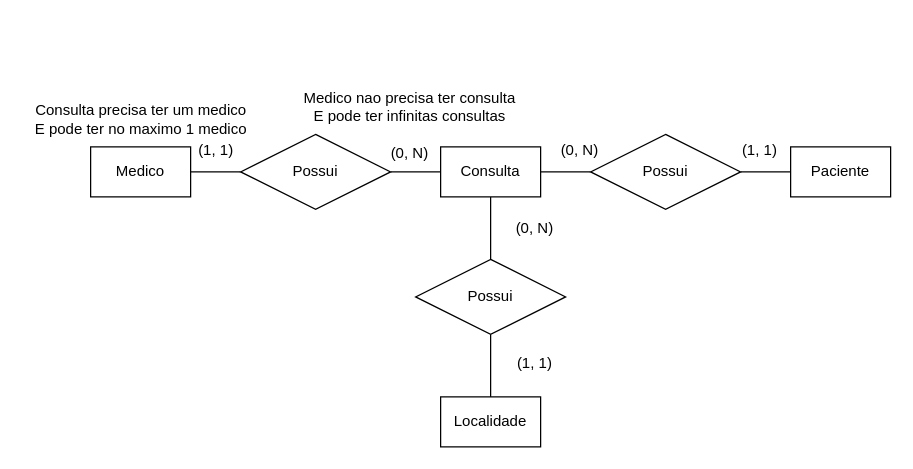
This is page "Modelo Conceitual" (1 of 3) of Banco de Dados/ClinicaMedica.drawio from DanielOLWard/Clinica-medica, a draw.io file, before an edit. Source tidied: cells renumbered, new cells numbered last; positions are measured from the earlier drawing's top-left corner, leaving out a move shared by most shapes. Both pictures are drawn from the tidied source at 125%, with x=0, y=0 at pixel (21, 81).
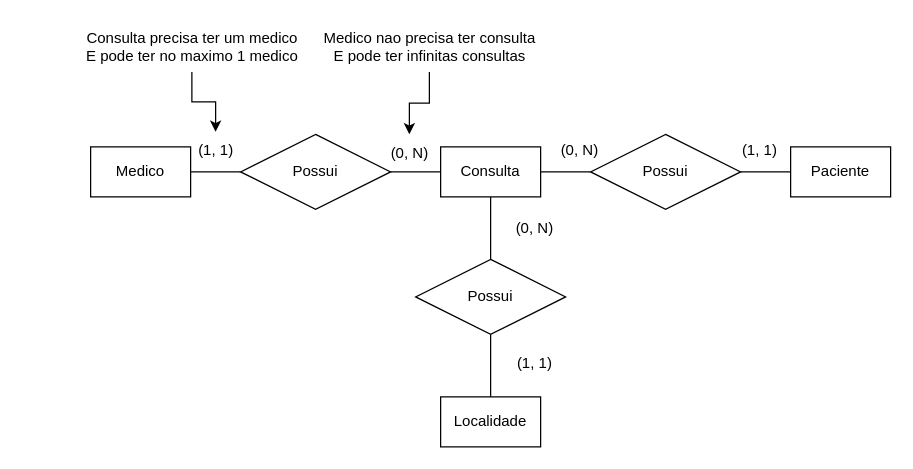
The same page after the edit.

Unchanged cells that the change refers to:
```xml
<mxCell id="16" value="(1, 1)" style="text;html=1;align=center;verticalAlign=middle;points=[];strokeColor=none;fillColor=none;" parent="1" vertex="1">
  <mxGeometry x="130" y="40" width="50" height="30" as="geometry" />
</mxCell>
<mxCell id="17" value="(0, N)" style="text;html=1;align=center;verticalAlign=middle;points=[];strokeColor=none;fillColor=none;" parent="1" vertex="1">
  <mxGeometry x="285" y="42" width="50" height="30" as="geometry" />
</mxCell>
```

The edit, as a diff of the source:
```diff
@@
+    <mxCell id="24" style="edgeStyle=orthogonalEdgeStyle;rounded=0;jettySize=auto;html=1;" parent="1" edge="1" source="18" target="16">
+      <mxGeometry relative="1" as="geometry" />
+    </mxCell>
     <mxCell id="18" value="Consulta precisa ter um medico&lt;div&gt;E pode ter no maximo 1 medico&lt;/div&gt;" style="text;html=1;align=center;verticalAlign=middle;points=[];strokeColor=none;fillColor=none;" parent="1" vertex="1">
-      <mxGeometry y="10" width="190" height="40" as="geometry" />
+      <mxGeometry x="41" y="-48" width="190" height="40" as="geometry" />
     </mxCell>
+    <mxCell id="25" style="edgeStyle=orthogonalEdgeStyle;rounded=0;jettySize=auto;html=1;" parent="1" edge="1" source="19" target="17">
+      <mxGeometry relative="1" as="geometry" />
+    </mxCell>
     <mxCell id="19" value="Medico nao precisa ter consulta&lt;div&gt;E pode ter infinitas consultas&lt;/div&gt;" style="text;html=1;align=center;verticalAlign=middle;points=[];strokeColor=none;fillColor=none;" parent="1" vertex="1">
-      <mxGeometry x="215" width="190" height="40" as="geometry" />
+      <mxGeometry x="231" y="-48" width="190" height="40" as="geometry" />
     </mxCell>
```
